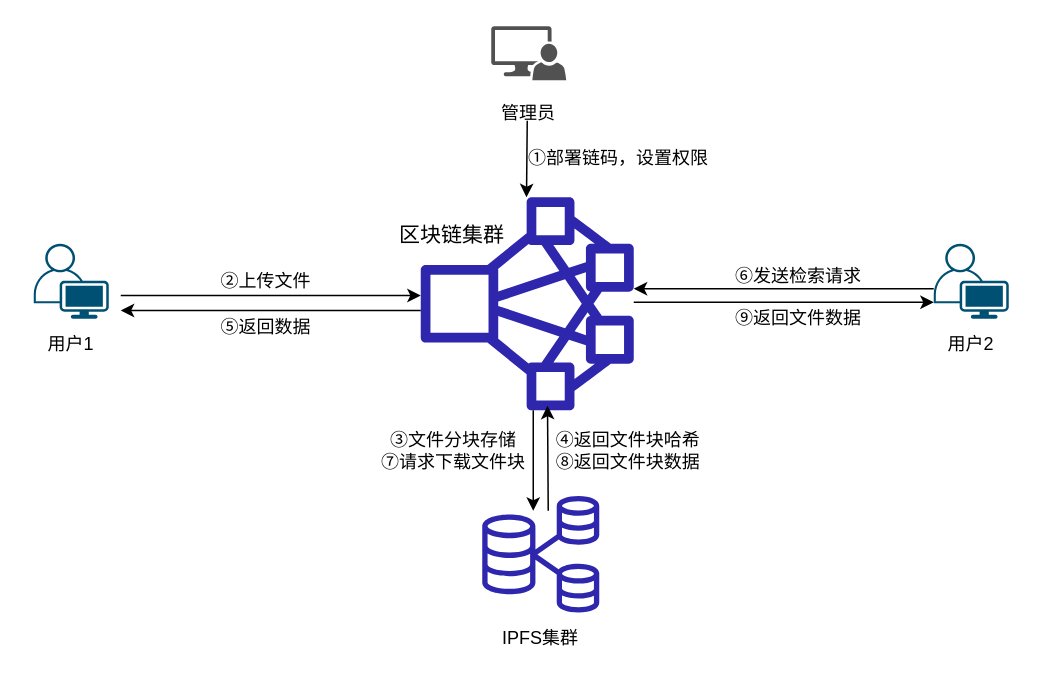
This is ipfsmodel.drawio from DingAllen/2022-leetcode, a draw.io file, before an edit. Source tidied: cells renumbered, new cells numbered last; positions are measured from the earlier drawing's top-left corner, leaving out a move shared by most shapes. Both pictures are drawn from the tidied source at 150%, with x=0, y=0 at pixel (26, 26).
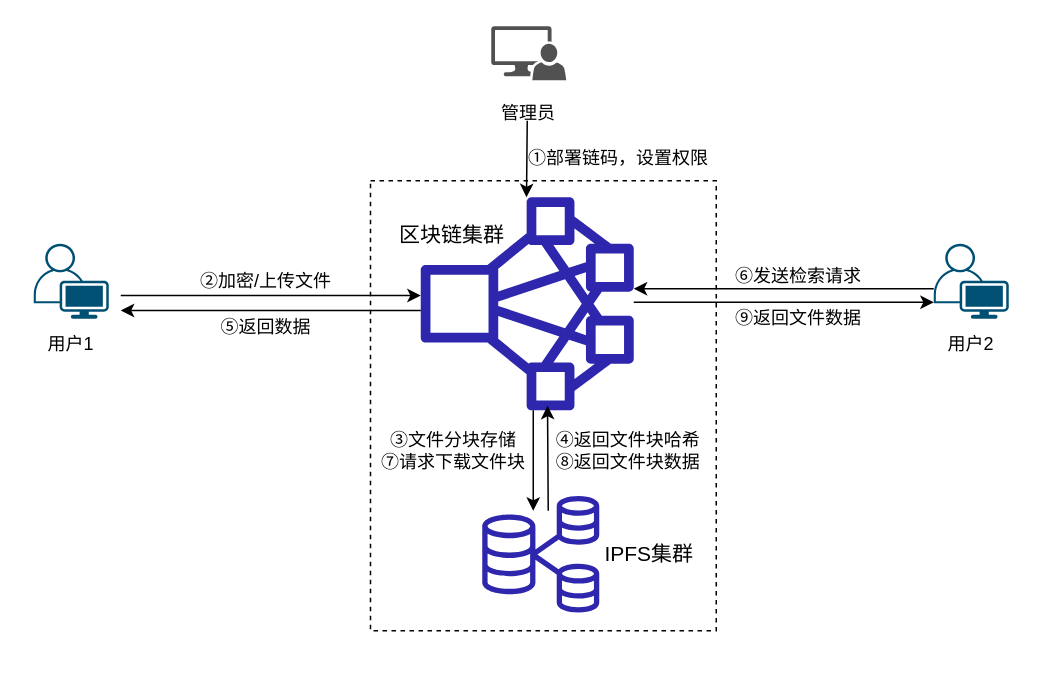
The same page after the edit.

The edit, as a diff of the source:
```diff
@@
-    <mxCell id="7" value="IPFS集群" style="text;html=1;strokeColor=none;fillColor=none;align=center;verticalAlign=middle;whiteSpace=wrap;rounded=0;" parent="1" vertex="1">
-      <mxGeometry x="313" y="393" width="60" height="30" as="geometry" />
+    <mxCell id="7" value="&lt;font style=&quot;font-size: 14px;&quot;&gt;IPFS集群&lt;/font&gt;" style="text;html=1;strokeColor=none;fillColor=none;align=center;verticalAlign=middle;whiteSpace=wrap;rounded=0;" parent="1" vertex="1">
+      <mxGeometry x="382" y="337" width="67" height="30" as="geometry" />
     </mxCell>
@@
-    <mxCell id="16" value="②上传文件" style="text;html=1;strokeColor=none;fillColor=none;align=center;verticalAlign=middle;whiteSpace=wrap;rounded=0;" parent="1" vertex="1">
-      <mxGeometry x="120" y="155" width="80" height="30" as="geometry" />
+    <mxCell id="16" value="②加密/上传文件" style="text;html=1;strokeColor=none;fillColor=none;align=center;verticalAlign=middle;whiteSpace=wrap;rounded=0;" parent="1" vertex="1">
+      <mxGeometry x="115" y="155" width="90" height="30" as="geometry" />
     </mxCell>
@@
+    <mxCell id="26" style="rounded=0;whiteSpace=wrap;html=1;fillStyle=auto;dashed=1;fillColor=none;" parent="1" vertex="1">
+      <mxGeometry x="229.5" y="103" width="230.5" height="300" as="geometry" />
+    </mxCell>
```
